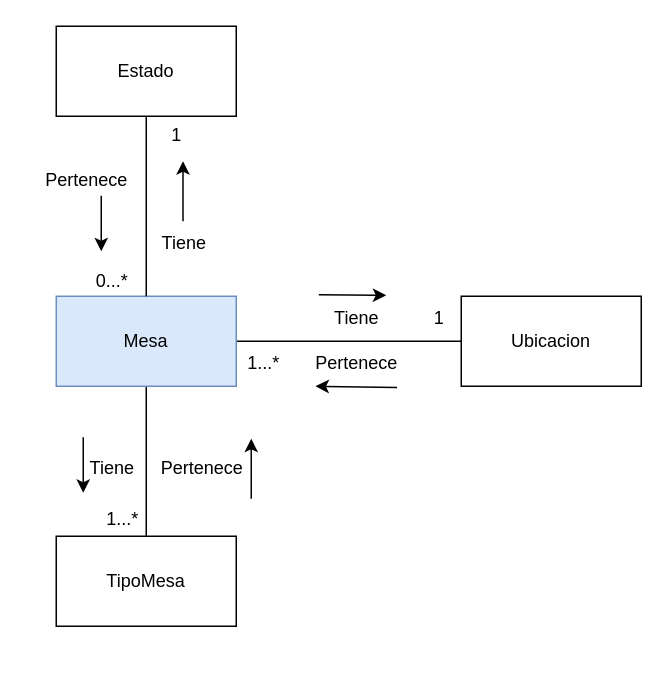
The draw.io diagram page "Mesas" (5 of 12) of Restaurante_Disenio.drawio in andrescardo98/doo, before the edit. Source tidied: cells renumbered, new cells numbered last; positions are measured from the earlier drawing's top-left corner, leaving out a move shared by most shapes. Both pictures are drawn from the tidied source at 150%, with x=0, y=0 at pixel (26, 26).
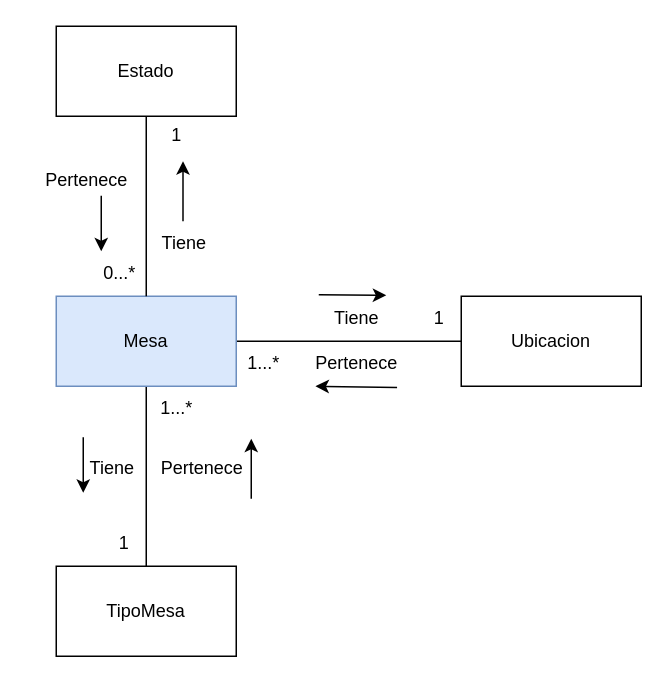
The same page after the edit.

Diff of the diagram source:
```diff
@@
     <mxCell id="12" value="0...*" style="text;html=1;align=center;verticalAlign=middle;strokeColor=none;fillColor=none;" parent="1" vertex="1">
-      <mxGeometry x="37" y="155" width="40" height="30" as="geometry" />
+      <mxGeometry x="42" y="150" width="40" height="30" as="geometry" />
     </mxCell>
@@
     <mxCell id="20" value="TipoMesa" style="rounded=0;whiteSpace=wrap;html=1;" parent="1" vertex="1">
-      <mxGeometry x="20" y="340" width="120" height="60" as="geometry" />
+      <mxGeometry x="20" y="360" width="120" height="60" as="geometry" />
     </mxCell>
@@
-    <mxCell id="23" value="1...*" style="text;html=1;align=center;verticalAlign=middle;strokeColor=none;fillColor=none;" parent="1" vertex="1">
-      <mxGeometry x="44" y="314" width="40" height="30" as="geometry" />
+    <mxCell id="23" value="1" style="text;html=1;align=center;verticalAlign=middle;strokeColor=none;fillColor=none;" parent="1" vertex="1">
+      <mxGeometry x="50" y="330" width="30" height="30" as="geometry" />
     </mxCell>
@@
+    <mxCell id="26" value="1...*" style="text;html=1;align=center;verticalAlign=middle;strokeColor=none;fillColor=none;" parent="1" vertex="1">
+      <mxGeometry x="80" y="240" width="40" height="30" as="geometry" />
+    </mxCell>
```
